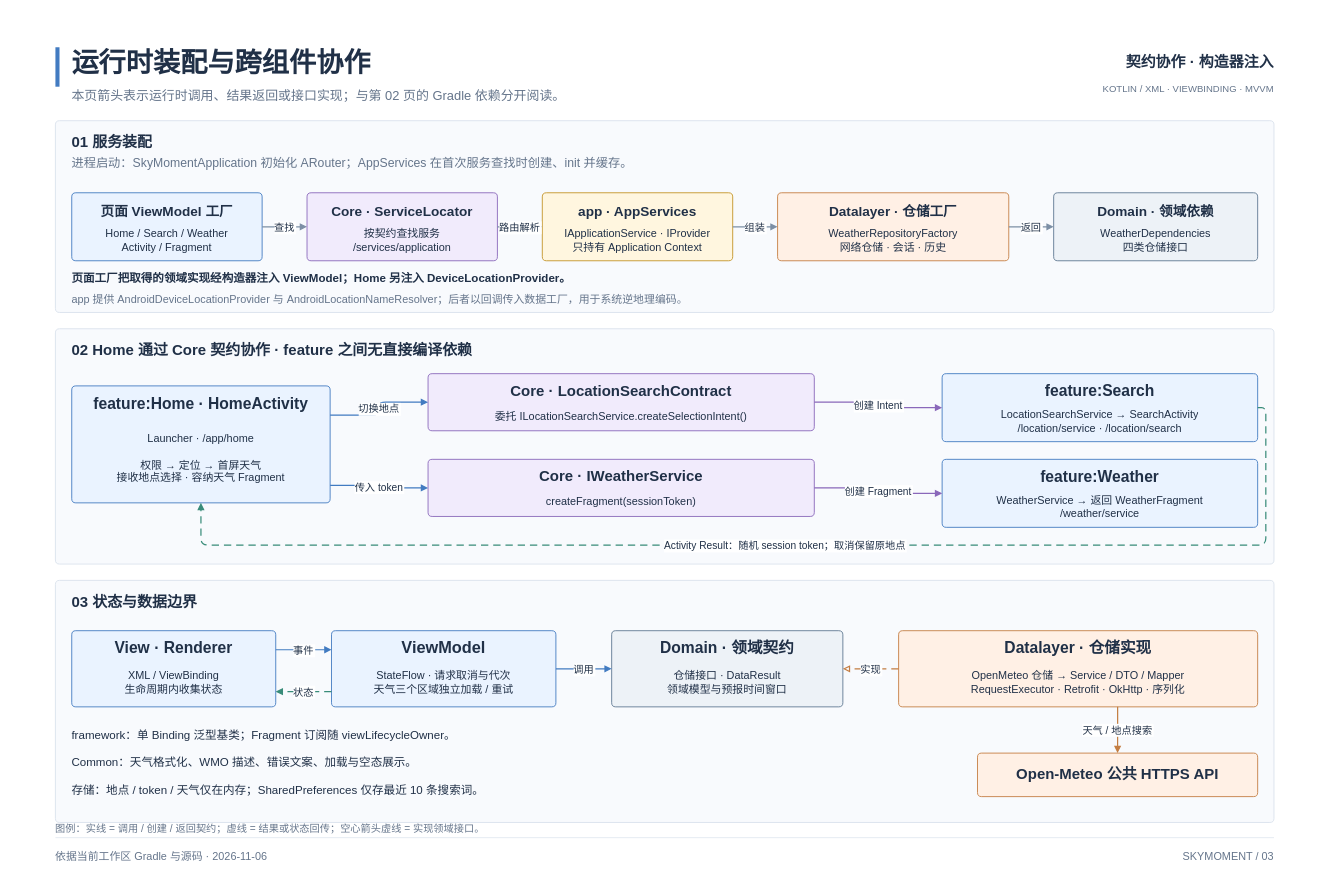
The draw.io diagram page "03 运行时装配与数据流" (3 of 3) of docs/diagrams/skymoment-layered-architecture.drawio in duxgwork/SkyMoment, before the edit. Source tidied: cells renumbered, new cells numbered last; positions are measured from the earlier drawing's top-left corner, leaving out a move shared by most shapes. Both pictures are drawn from the tidied source at 68%, with x=0, y=0 at pixel (12, 12).
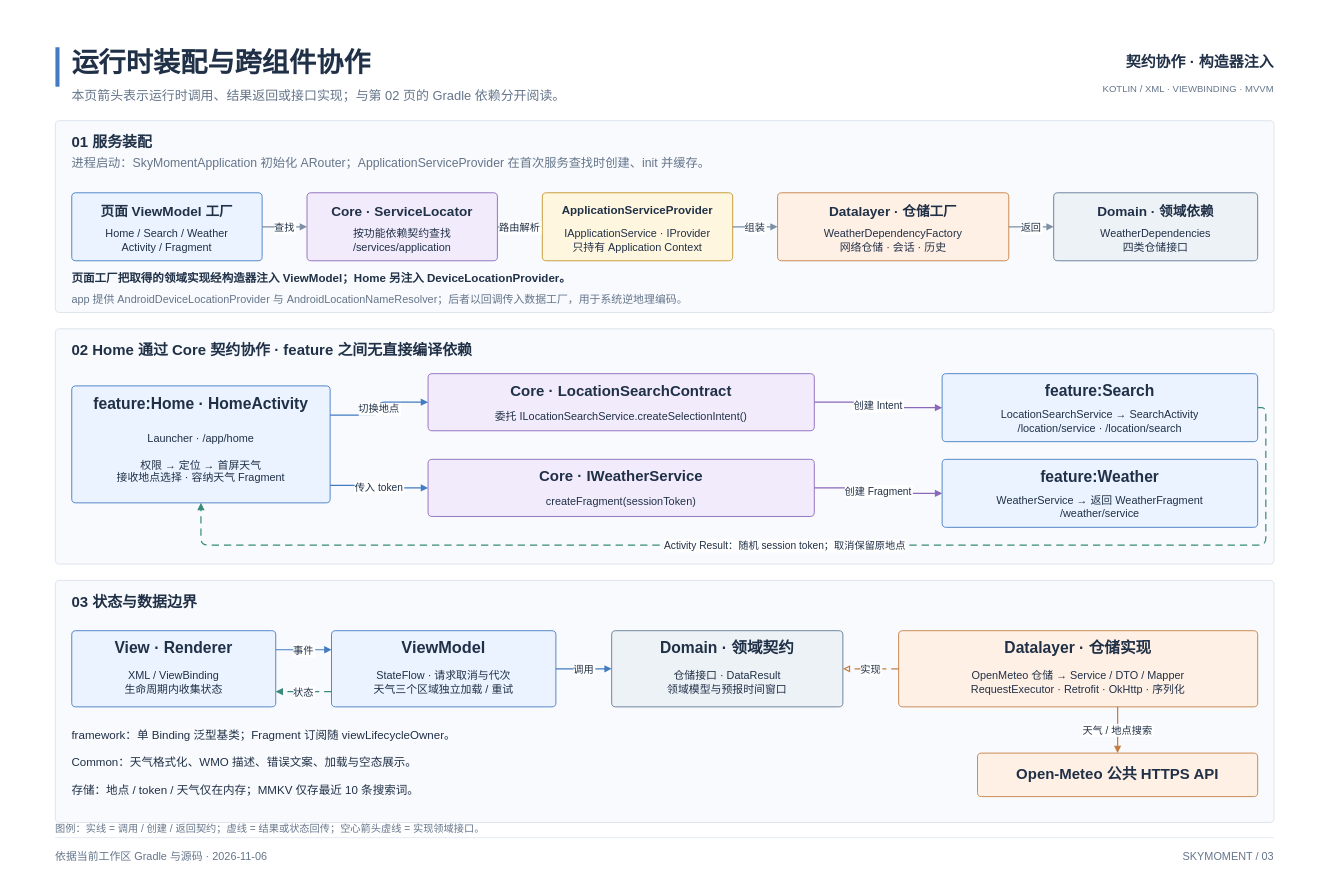
Above is the later version.

The change refers to these unchanged cells:
```xml
<mxCell id="17" style="rounded=1;absoluteArcSize=1;arcSize=12;whiteSpace=wrap;html=0;fillColor=#F1EBFC;strokeColor=#8A68BA;strokeWidth=1.3;" parent="1" vertex="1">
  <mxGeometry x="434" y="266" width="280" height="100" as="geometry" />
</mxCell>
<mxCell id="20" style="rounded=1;absoluteArcSize=1;arcSize=12;whiteSpace=wrap;html=0;fillColor=#FFF6DF;strokeColor=#C39427;strokeWidth=1.3;" parent="1" vertex="1">
  <mxGeometry x="780" y="266" width="280" height="100" as="geometry" />
</mxCell>
<mxCell id="23" style="rounded=1;absoluteArcSize=1;arcSize=12;whiteSpace=wrap;html=0;fillColor=#FFF0E5;strokeColor=#C47E43;strokeWidth=1.3;" parent="1" vertex="1">
  <mxGeometry x="1126" y="266" width="340" height="100" as="geometry" />
</mxCell>
```

Change to the diagram source:
```diff
@@
-    <mxCell id="13" value="进程启动：SkyMomentApplication 初始化 ARouter；AppServices 在首次服务查找时创建、init 并缓存。" style="text;html=0;whiteSpace=wrap;overflow=hidden;strokeColor=none;fillColor=none;align=left;verticalAlign=middle;spacing=0;fontSize=18;fontColor=#65758B;fontStyle=0;fontFamily=Helvetica;" parent="1" vertex="1">
+    <mxCell id="13" value="进程启动：SkyMomentApplication 初始化 ARouter；ApplicationServiceProvider 在首次服务查找时创建、init 并缓存。" style="text;html=0;whiteSpace=wrap;overflow=hidden;strokeColor=none;fillColor=none;align=left;verticalAlign=middle;spacing=0;fontSize=18;fontColor=#65758B;fontStyle=0;fontFamily=Helvetica;" parent="1" vertex="1">
       <mxGeometry x="88" y="210" width="1720" height="26" as="geometry" />
     </mxCell>
@@
-    <mxCell id="19" value="按契约查找服务&#10;/services/application" style="text;html=0;whiteSpace=wrap;overflow=hidden;strokeColor=none;fillColor=none;align=center;verticalAlign=middle;spacing=0;fontSize=16;fontColor=#203047;fontStyle=0;fontFamily=Helvetica;" parent="17" vertex="1">
+    <mxCell id="19" value="按功能依赖契约查找&#10;/services/application" style="text;html=0;whiteSpace=wrap;overflow=hidden;strokeColor=none;fillColor=none;align=center;verticalAlign=middle;spacing=0;fontSize=16;fontColor=#203047;fontStyle=0;fontFamily=Helvetica;" parent="17" vertex="1">
       <mxGeometry x="12" y="47" width="256" height="45" as="geometry" />
     </mxCell>
@@
-    <mxCell id="21" value="app · AppServices" style="text;html=0;whiteSpace=wrap;overflow=hidden;strokeColor=none;fillColor=none;align=center;verticalAlign=middle;spacing=0;fontSize=20;fontColor=#203047;fontStyle=1;fontFamily=Helvetica;" parent="20" vertex="1">
+    <mxCell id="21" value="ApplicationServiceProvider" style="text;html=0;whiteSpace=wrap;overflow=hidden;strokeColor=none;fillColor=none;align=center;verticalAlign=middle;spacing=0;fontSize=17;fontColor=#203047;fontStyle=1;fontFamily=Helvetica;" parent="20" vertex="1">
       <mxGeometry x="12" y="9" width="256" height="34" as="geometry" />
     </mxCell>
@@
-    <mxCell id="25" value="WeatherRepositoryFactory&#10;网络仓储 · 会话 · 历史" style="text;html=0;whiteSpace=wrap;overflow=hidden;strokeColor=none;fillColor=none;align=center;verticalAlign=middle;spacing=0;fontSize=16;fontColor=#203047;fontStyle=0;fontFamily=Helvetica;" parent="23" vertex="1">
+    <mxCell id="25" value="WeatherDependencyFactory&#10;网络仓储 · 会话 · 历史" style="text;html=0;whiteSpace=wrap;overflow=hidden;strokeColor=none;fillColor=none;align=center;verticalAlign=middle;spacing=0;fontSize=16;fontColor=#203047;fontStyle=0;fontFamily=Helvetica;" parent="23" vertex="1">
       <mxGeometry x="12" y="47" width="316" height="45" as="geometry" />
     </mxCell>
@@
-    <mxCell id="80" value="存储：地点 / token / 天气仅在内存；SharedPreferences 仅存最近 10 条搜索词。" style="text;html=0;whiteSpace=wrap;overflow=hidden;strokeColor=none;fillColor=none;align=left;verticalAlign=middle;spacing=0;fontSize=17;fontColor=#203047;fontStyle=0;fontFamily=Helvetica;" parent="1" vertex="1">
+    <mxCell id="80" value="存储：地点 / token / 天气仅在内存；MMKV 仅存最近 10 条搜索词。" style="text;html=0;whiteSpace=wrap;overflow=hidden;strokeColor=none;fillColor=none;align=left;verticalAlign=middle;spacing=0;fontSize=17;fontColor=#203047;fontStyle=0;fontFamily=Helvetica;" parent="1" vertex="1">
       <mxGeometry x="88" y="1132" width="1230" height="25" as="geometry" />
     </mxCell>
```
